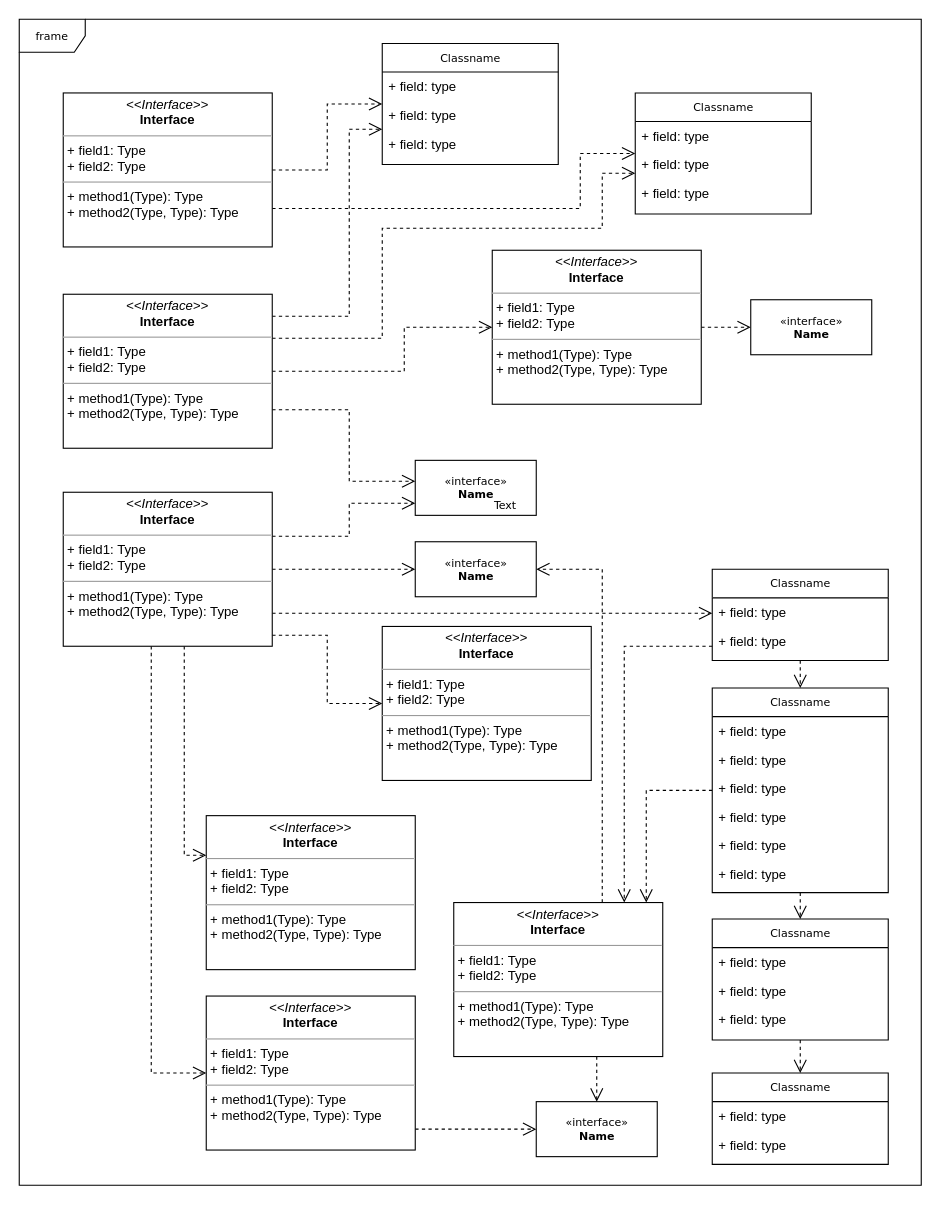
Above: 投顾尽调管理.drawio in shlei512/fundSys (draw.io), before the change. Source tidied: cells renumbered, new cells numbered last; positions are measured from the earlier drawing's top-left corner, leaving out a move shared by most shapes. Both pictures are drawn from the tidied source at 110%, with x=0, y=0 at pixel (19, 19).
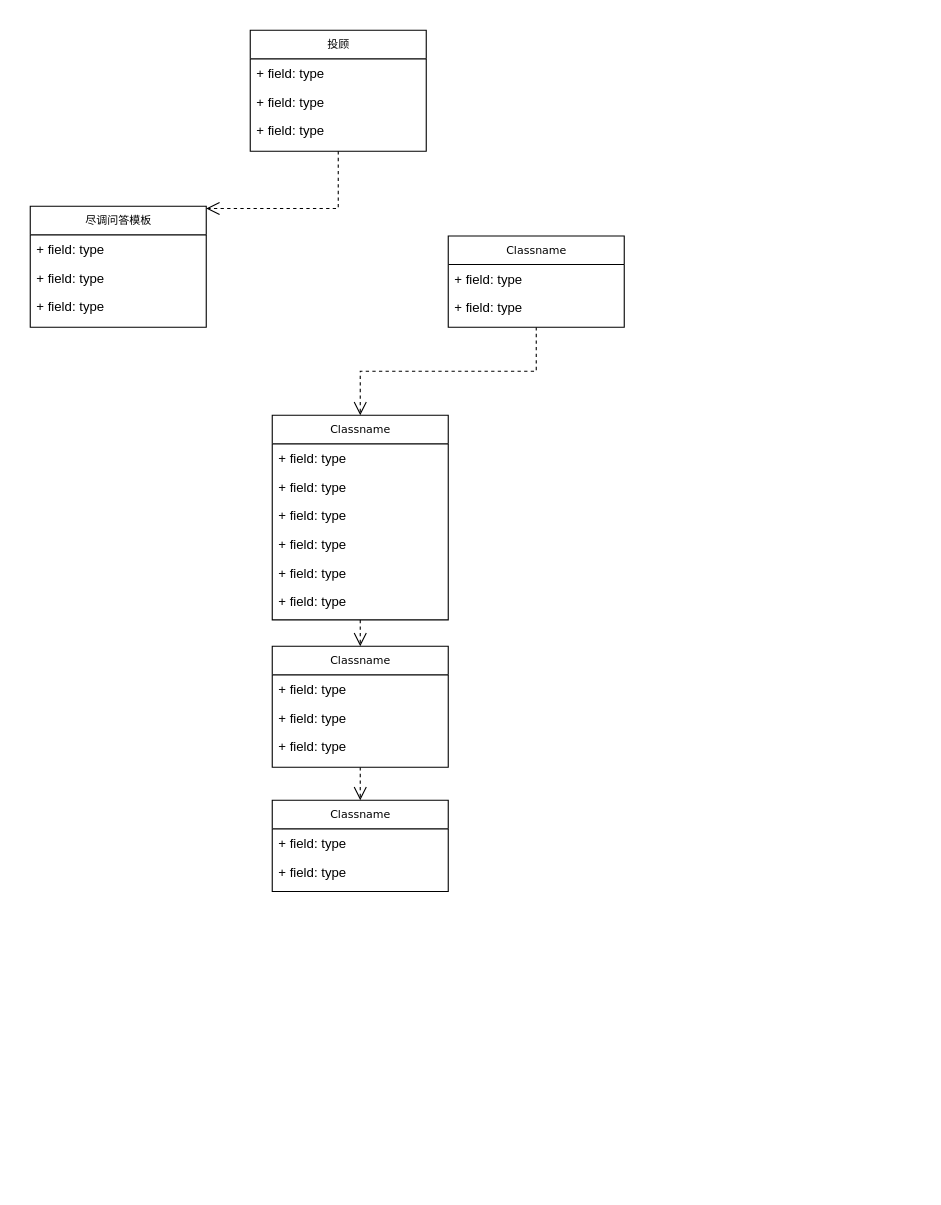
After the change.

Commit message (it also covers changes not shown here):
更新投顾尽调管理.drawio

Change to the diagram source:
```diff
@@
-    <mxCell id="2" value="frame" style="shape=umlFrame;whiteSpace=wrap;html=1;rounded=0;shadow=0;comic=0;labelBackgroundColor=none;strokeWidth=1;fontFamily=Verdana;fontSize=10;align=center;" parent="1" vertex="1">
-      <mxGeometry width="820" height="1060" as="geometry" />
-    </mxCell>
-    <mxCell id="3" style="edgeStyle=orthogonalEdgeStyle;rounded=0;html=1;dashed=1;labelBackgroundColor=none;startFill=0;endArrow=open;endFill=0;endSize=10;fontFamily=Verdana;fontSize=10;" parent="1" edge="1" source="5" target="35">
-      <mxGeometry relative="1" as="geometry">
-        <Array as="points">
-          <mxPoint x="570" y="701" />
-        </Array>
-      </mxGeometry>
-    </mxCell>
@@
     <mxCell id="5" value="Classname" style="swimlane;html=1;fontStyle=0;horizontal=1;startSize=26;fillColor=none;swimlaneFillColor=#ffffff;rounded=0;shadow=0;comic=0;labelBackgroundColor=none;strokeWidth=1;fontFamily=Verdana;fontSize=10;align=center;" parent="1" vertex="1">
-      <mxGeometry x="630" y="608" width="160" height="186" as="geometry" />
+      <mxGeometry x="230" y="360" width="160" height="186" as="geometry" />
     </mxCell>
@@
-    <mxCell id="12" value="Classname" style="swimlane;html=1;fontStyle=0;horizontal=1;startSize=26;fillColor=none;swimlaneFillColor=#ffffff;rounded=0;shadow=0;comic=0;labelBackgroundColor=none;strokeWidth=1;fontFamily=Verdana;fontSize=10;align=center;" parent="1" vertex="1">
-      <mxGeometry x="330" y="22" width="160" height="110" as="geometry" />
+    <mxCell id="12" value="投顾" style="swimlane;html=1;fontStyle=0;horizontal=1;startSize=26;fillColor=none;swimlaneFillColor=#ffffff;rounded=0;shadow=0;comic=0;labelBackgroundColor=none;strokeWidth=1;fontFamily=Verdana;fontSize=10;align=center;" parent="1" vertex="1">
+      <mxGeometry x="210" y="10" width="160" height="110" as="geometry" />
     </mxCell>
@@
-    <mxCell id="16" value="Classname" style="swimlane;html=1;fontStyle=0;horizontal=1;startSize=26;fillColor=none;swimlaneFillColor=#ffffff;rounded=0;shadow=0;comic=0;labelBackgroundColor=none;strokeWidth=1;fontFamily=Verdana;fontSize=10;align=center;" parent="1" vertex="1">
-      <mxGeometry x="560" y="67" width="160" height="110" as="geometry" />
+    <mxCell id="16" value="尽调问答模板" style="swimlane;html=1;fontStyle=0;horizontal=1;startSize=26;fillColor=none;swimlaneFillColor=#ffffff;rounded=0;shadow=0;comic=0;labelBackgroundColor=none;strokeWidth=1;fontFamily=Verdana;fontSize=10;align=center;" parent="1" vertex="1">
+      <mxGeometry x="10" y="170" width="160" height="110" as="geometry" />
     </mxCell>
@@
     <mxCell id="20" value="Classname" style="swimlane;html=1;fontStyle=0;horizontal=1;startSize=26;fillColor=none;swimlaneFillColor=#ffffff;rounded=0;shadow=0;comic=0;labelBackgroundColor=none;strokeWidth=1;fontFamily=Verdana;fontSize=10;align=center;" parent="1" vertex="1">
-      <mxGeometry x="630" y="958" width="160" height="83" as="geometry" />
+      <mxGeometry x="230" y="710" width="160" height="83" as="geometry" />
     </mxCell>
@@
     <mxCell id="24" value="Classname" style="swimlane;html=1;fontStyle=0;horizontal=1;startSize=26;fillColor=none;swimlaneFillColor=#ffffff;rounded=0;shadow=0;comic=0;labelBackgroundColor=none;strokeWidth=1;fontFamily=Verdana;fontSize=10;align=center;" parent="1" vertex="1">
-      <mxGeometry x="630" y="818" width="160" height="110" as="geometry" />
+      <mxGeometry x="230" y="570" width="160" height="110" as="geometry" />
     </mxCell>
@@
     <mxCell id="29" value="Classname" style="swimlane;html=1;fontStyle=0;horizontal=1;startSize=26;fillColor=none;swimlaneFillColor=#ffffff;rounded=0;shadow=0;comic=0;labelBackgroundColor=none;strokeWidth=1;fontFamily=Verdana;fontSize=10;align=center;" parent="1" vertex="1">
-      <mxGeometry x="630" y="500" width="160" height="83" as="geometry" />
+      <mxGeometry x="390" y="197" width="160" height="83" as="geometry" />
     </mxCell>
@@
-    <mxCell id="32" value="&amp;laquo;interface&amp;raquo;&lt;br&gt;&lt;b&gt;Name&lt;/b&gt;" style="html=1;rounded=0;shadow=0;comic=0;labelBackgroundColor=none;strokeWidth=1;fontFamily=Verdana;fontSize=10;align=center;" parent="1" vertex="1">
-      <mxGeometry x="470" y="984" width="110" height="50" as="geometry" />
-    </mxCell>
-    <mxCell id="33" style="edgeStyle=orthogonalEdgeStyle;rounded=0;html=1;dashed=1;labelBackgroundColor=none;startFill=0;endArrow=open;endFill=0;endSize=10;fontFamily=Verdana;fontSize=10;" parent="1" edge="1" source="35" target="32">
-      <mxGeometry relative="1" as="geometry">
-        <Array as="points">
-          <mxPoint x="525" y="950" />
-          <mxPoint x="525" y="950" />
-        </Array>
-      </mxGeometry>
-    </mxCell>
-    <mxCell id="34" style="edgeStyle=orthogonalEdgeStyle;rounded=0;html=1;dashed=1;labelBackgroundColor=none;startFill=0;endArrow=open;endFill=0;endSize=10;fontFamily=Verdana;fontSize=10;" parent="1" edge="1" source="35" target="40">
-      <mxGeometry relative="1" as="geometry">
-        <Array as="points">
-          <mxPoint x="530" y="500" />
-        </Array>
-      </mxGeometry>
-    </mxCell>
-    <mxCell id="35" value="&lt;p style=&quot;margin:0px;margin-top:4px;text-align:center;&quot;&gt;&lt;i&gt;&amp;lt;&amp;lt;Interface&amp;gt;&amp;gt;&lt;/i&gt;&lt;br/&gt;&lt;b&gt;Interface&lt;/b&gt;&lt;/p&gt;&lt;hr size=&quot;1&quot;/&gt;&lt;p style=&quot;margin:0px;margin-left:4px;&quot;&gt;+ field1: Type&lt;br/&gt;+ field2: Type&lt;/p&gt;&lt;hr size=&quot;1&quot;/&gt;&lt;p style=&quot;margin:0px;margin-left:4px;&quot;&gt;+ method1(Type): Type&lt;br/&gt;+ method2(Type, Type): Type&lt;/p&gt;" style="verticalAlign=top;align=left;overflow=fill;fontSize=12;fontFamily=Helvetica;html=1;rounded=0;shadow=0;comic=0;labelBackgroundColor=none;strokeWidth=1;" parent="1" vertex="1">
-      <mxGeometry x="395" y="803" width="190" height="140" as="geometry" />
-    </mxCell>
-    <mxCell id="36" value="&lt;p style=&quot;margin:0px;margin-top:4px;text-align:center;&quot;&gt;&lt;i&gt;&amp;lt;&amp;lt;Interface&amp;gt;&amp;gt;&lt;/i&gt;&lt;br/&gt;&lt;b&gt;Interface&lt;/b&gt;&lt;/p&gt;&lt;hr size=&quot;1&quot;/&gt;&lt;p style=&quot;margin:0px;margin-left:4px;&quot;&gt;+ field1: Type&lt;br/&gt;+ field2: Type&lt;/p&gt;&lt;hr size=&quot;1&quot;/&gt;&lt;p style=&quot;margin:0px;margin-left:4px;&quot;&gt;+ method1(Type): Type&lt;br/&gt;+ method2(Type, Type): Type&lt;/p&gt;" style="verticalAlign=top;align=left;overflow=fill;fontSize=12;fontFamily=Helvetica;html=1;rounded=0;shadow=0;comic=0;labelBackgroundColor=none;strokeWidth=1;" parent="1" vertex="1">
-      <mxGeometry x="330" y="552" width="190" height="140" as="geometry" />
-    </mxCell>
-    <mxCell id="37" style="edgeStyle=orthogonalEdgeStyle;rounded=0;html=1;dashed=1;labelBackgroundColor=none;startFill=0;endArrow=open;endFill=0;endSize=10;fontFamily=Verdana;fontSize=10;" parent="1" edge="1" source="38" target="32">
-      <mxGeometry relative="1" as="geometry">
-        <Array as="points">
-          <mxPoint x="390" y="1009" />
-          <mxPoint x="390" y="1009" />
-        </Array>
-      </mxGeometry>
-    </mxCell>
-    <mxCell id="38" value="&lt;p style=&quot;margin:0px;margin-top:4px;text-align:center;&quot;&gt;&lt;i&gt;&amp;lt;&amp;lt;Interface&amp;gt;&amp;gt;&lt;/i&gt;&lt;br/&gt;&lt;b&gt;Interface&lt;/b&gt;&lt;/p&gt;&lt;hr size=&quot;1&quot;/&gt;&lt;p style=&quot;margin:0px;margin-left:4px;&quot;&gt;+ field1: Type&lt;br/&gt;+ field2: Type&lt;/p&gt;&lt;hr size=&quot;1&quot;/&gt;&lt;p style=&quot;margin:0px;margin-left:4px;&quot;&gt;+ method1(Type): Type&lt;br/&gt;+ method2(Type, Type): Type&lt;/p&gt;" style="verticalAlign=top;align=left;overflow=fill;fontSize=12;fontFamily=Helvetica;html=1;rounded=0;shadow=0;comic=0;labelBackgroundColor=none;strokeWidth=1;" parent="1" vertex="1">
-      <mxGeometry x="170" y="888" width="190" height="140" as="geometry" />
-    </mxCell>
-    <mxCell id="39" value="&lt;p style=&quot;margin:0px;margin-top:4px;text-align:center;&quot;&gt;&lt;i&gt;&amp;lt;&amp;lt;Interface&amp;gt;&amp;gt;&lt;/i&gt;&lt;br/&gt;&lt;b&gt;Interface&lt;/b&gt;&lt;/p&gt;&lt;hr size=&quot;1&quot;/&gt;&lt;p style=&quot;margin:0px;margin-left:4px;&quot;&gt;+ field1: Type&lt;br/&gt;+ field2: Type&lt;/p&gt;&lt;hr size=&quot;1&quot;/&gt;&lt;p style=&quot;margin:0px;margin-left:4px;&quot;&gt;+ method1(Type): Type&lt;br/&gt;+ method2(Type, Type): Type&lt;/p&gt;" style="verticalAlign=top;align=left;overflow=fill;fontSize=12;fontFamily=Helvetica;html=1;rounded=0;shadow=0;comic=0;labelBackgroundColor=none;strokeWidth=1;" parent="1" vertex="1">
-      <mxGeometry x="170" y="724" width="190" height="140" as="geometry" />
-    </mxCell>
-    <mxCell id="40" value="&amp;laquo;interface&amp;raquo;&lt;br&gt;&lt;b&gt;Name&lt;/b&gt;" style="html=1;rounded=0;shadow=0;comic=0;labelBackgroundColor=none;strokeWidth=1;fontFamily=Verdana;fontSize=10;align=center;" parent="1" vertex="1">
-      <mxGeometry x="360" y="475" width="110" height="50" as="geometry" />
-    </mxCell>
-    <mxCell id="41" value="&amp;laquo;interface&amp;raquo;&lt;br&gt;&lt;b&gt;Name&lt;/b&gt;" style="html=1;rounded=0;shadow=0;comic=0;labelBackgroundColor=none;strokeWidth=1;fontFamily=Verdana;fontSize=10;align=center;" parent="1" vertex="1">
-      <mxGeometry x="360" y="401" width="110" height="50" as="geometry" />
-    </mxCell>
-    <mxCell id="42" style="edgeStyle=orthogonalEdgeStyle;rounded=0;html=1;dashed=1;labelBackgroundColor=none;startFill=0;endArrow=open;endFill=0;endSize=10;fontFamily=Verdana;fontSize=10;" parent="1" edge="1" source="43" target="45">
-      <mxGeometry relative="1" as="geometry" />
-    </mxCell>
-    <mxCell id="43" value="&lt;p style=&quot;margin:0px;margin-top:4px;text-align:center;&quot;&gt;&lt;i&gt;&amp;lt;&amp;lt;Interface&amp;gt;&amp;gt;&lt;/i&gt;&lt;br/&gt;&lt;b&gt;Interface&lt;/b&gt;&lt;/p&gt;&lt;hr size=&quot;1&quot;/&gt;&lt;p style=&quot;margin:0px;margin-left:4px;&quot;&gt;+ field1: Type&lt;br/&gt;+ field2: Type&lt;/p&gt;&lt;hr size=&quot;1&quot;/&gt;&lt;p style=&quot;margin:0px;margin-left:4px;&quot;&gt;+ method1(Type): Type&lt;br/&gt;+ method2(Type, Type): Type&lt;/p&gt;" style="verticalAlign=top;align=left;overflow=fill;fontSize=12;fontFamily=Helvetica;html=1;rounded=0;shadow=0;comic=0;labelBackgroundColor=none;strokeWidth=1;" parent="1" vertex="1">
-      <mxGeometry x="430" y="210" width="190" height="140" as="geometry" />
-    </mxCell>
-    <mxCell id="44" value="Text" style="text;html=1;align=left;verticalAlign=top;spacingTop=-4;fontSize=10;fontFamily=Verdana;fontColor=#000000;" parent="1" vertex="1">
-      <mxGeometry x="430" y="434" width="40" height="10" as="geometry" />
-    </mxCell>
-    <mxCell id="45" value="&amp;laquo;interface&amp;raquo;&lt;br&gt;&lt;b&gt;Name&lt;/b&gt;" style="html=1;rounded=0;shadow=0;comic=0;labelBackgroundColor=none;strokeWidth=1;fontFamily=Verdana;fontSize=10;align=center;" parent="1" vertex="1">
-      <mxGeometry x="665" y="255" width="110" height="50" as="geometry" />
-    </mxCell>
-    <mxCell id="46" style="edgeStyle=orthogonalEdgeStyle;rounded=0;html=1;labelBackgroundColor=none;startFill=0;endArrow=open;endFill=0;endSize=10;fontFamily=Verdana;fontSize=10;dashed=1;" parent="1" edge="1" source="48" target="12">
-      <mxGeometry relative="1" as="geometry" />
-    </mxCell>
-    <mxCell id="47" style="edgeStyle=orthogonalEdgeStyle;rounded=0;html=1;exitX=1;exitY=0.75;dashed=1;labelBackgroundColor=none;startFill=0;endArrow=open;endFill=0;endSize=10;fontFamily=Verdana;fontSize=10;" parent="1" edge="1" source="48" target="16">
+    <mxCell id="47" style="edgeStyle=orthogonalEdgeStyle;rounded=0;html=1;exitX=0.5;exitY=1;dashed=1;labelBackgroundColor=none;startFill=0;endArrow=open;endFill=0;endSize=10;fontFamily=Verdana;fontSize=10;exitDx=0;exitDy=0;" parent="1" edge="1" source="12" target="16">
       <mxGeometry relative="1" as="geometry">
         <Array as="points">
-          <mxPoint x="510" y="172" />
-          <mxPoint x="510" y="122" />
+          <mxPoint x="290" y="172" />
         </Array>
       </mxGeometry>
     </mxCell>
-    <mxCell id="48" value="&lt;p style=&quot;margin:0px;margin-top:4px;text-align:center;&quot;&gt;&lt;i&gt;&amp;lt;&amp;lt;Interface&amp;gt;&amp;gt;&lt;/i&gt;&lt;br/&gt;&lt;b&gt;Interface&lt;/b&gt;&lt;/p&gt;&lt;hr size=&quot;1&quot;/&gt;&lt;p style=&quot;margin:0px;margin-left:4px;&quot;&gt;+ field1: Type&lt;br/&gt;+ field2: Type&lt;/p&gt;&lt;hr size=&quot;1&quot;/&gt;&lt;p style=&quot;margin:0px;margin-left:4px;&quot;&gt;+ method1(Type): Type&lt;br/&gt;+ method2(Type, Type): Type&lt;/p&gt;" style="verticalAlign=top;align=left;overflow=fill;fontSize=12;fontFamily=Helvetica;html=1;rounded=0;shadow=0;comic=0;labelBackgroundColor=none;strokeWidth=1;" parent="1" vertex="1">
-      <mxGeometry x="40" y="67" width="190" height="140" as="geometry" />
-    </mxCell>
-    <mxCell id="49" style="edgeStyle=orthogonalEdgeStyle;rounded=0;html=1;dashed=1;labelBackgroundColor=none;startFill=0;endArrow=open;endFill=0;endSize=10;fontFamily=Verdana;fontSize=10;" parent="1" edge="1" source="53" target="12">
-      <mxGeometry relative="1" as="geometry">
-        <Array as="points">
-          <mxPoint x="300" y="270" />
-          <mxPoint x="300" y="100" />
-        </Array>
-      </mxGeometry>
-    </mxCell>
-    <mxCell id="50" style="edgeStyle=orthogonalEdgeStyle;rounded=0;html=1;dashed=1;labelBackgroundColor=none;startFill=0;endArrow=open;endFill=0;endSize=10;fontFamily=Verdana;fontSize=10;" parent="1" edge="1" source="53" target="16">
-      <mxGeometry relative="1" as="geometry">
-        <Array as="points">
-          <mxPoint x="330" y="290" />
-          <mxPoint x="330" y="190" />
-          <mxPoint x="530" y="190" />
-          <mxPoint x="530" y="140" />
-        </Array>
-      </mxGeometry>
-    </mxCell>
-    <mxCell id="51" style="edgeStyle=orthogonalEdgeStyle;rounded=0;html=1;dashed=1;labelBackgroundColor=none;startFill=0;endArrow=open;endFill=0;endSize=10;fontFamily=Verdana;fontSize=10;" parent="1" edge="1" source="53" target="43">
-      <mxGeometry relative="1" as="geometry">
-        <Array as="points">
-          <mxPoint x="350" y="320" />
-          <mxPoint x="350" y="280" />
-        </Array>
-      </mxGeometry>
-    </mxCell>
-    <mxCell id="52" style="edgeStyle=orthogonalEdgeStyle;rounded=0;html=1;exitX=1;exitY=0.75;dashed=1;labelBackgroundColor=none;startFill=0;endArrow=open;endFill=0;endSize=10;fontFamily=Verdana;fontSize=10;" parent="1" edge="1" source="53" target="41">
-      <mxGeometry relative="1" as="geometry">
-        <Array as="points">
-          <mxPoint x="300" y="355" />
-          <mxPoint x="300" y="420" />
-        </Array>
-      </mxGeometry>
-    </mxCell>
-    <mxCell id="53" value="&lt;p style=&quot;margin:0px;margin-top:4px;text-align:center;&quot;&gt;&lt;i&gt;&amp;lt;&amp;lt;Interface&amp;gt;&amp;gt;&lt;/i&gt;&lt;br/&gt;&lt;b&gt;Interface&lt;/b&gt;&lt;/p&gt;&lt;hr size=&quot;1&quot;/&gt;&lt;p style=&quot;margin:0px;margin-left:4px;&quot;&gt;+ field1: Type&lt;br/&gt;+ field2: Type&lt;/p&gt;&lt;hr size=&quot;1&quot;/&gt;&lt;p style=&quot;margin:0px;margin-left:4px;&quot;&gt;+ method1(Type): Type&lt;br/&gt;+ method2(Type, Type): Type&lt;/p&gt;" style="verticalAlign=top;align=left;overflow=fill;fontSize=12;fontFamily=Helvetica;html=1;rounded=0;shadow=0;comic=0;labelBackgroundColor=none;strokeWidth=1;" parent="1" vertex="1">
-      <mxGeometry x="40" y="250" width="190" height="140" as="geometry" />
-    </mxCell>
-    <mxCell id="54" style="edgeStyle=orthogonalEdgeStyle;rounded=0;html=1;dashed=1;labelBackgroundColor=none;startFill=0;endArrow=open;endFill=0;endSize=10;fontFamily=Verdana;fontSize=10;" parent="1" edge="1" source="60" target="41">
-      <mxGeometry relative="1" as="geometry">
-        <Array as="points">
-          <mxPoint x="300" y="470" />
-          <mxPoint x="300" y="440" />
-        </Array>
-      </mxGeometry>
-    </mxCell>
-    <mxCell id="55" style="edgeStyle=orthogonalEdgeStyle;rounded=0;html=1;dashed=1;labelBackgroundColor=none;startFill=0;endArrow=open;endFill=0;endSize=10;fontFamily=Verdana;fontSize=10;" parent="1" edge="1" source="60" target="40">
-      <mxGeometry relative="1" as="geometry" />
-    </mxCell>
-    <mxCell id="56" style="edgeStyle=orthogonalEdgeStyle;rounded=0;html=1;dashed=1;labelBackgroundColor=none;startFill=0;endArrow=open;endFill=0;endSize=10;fontFamily=Verdana;fontSize=10;" parent="1" edge="1" source="60" target="36">
-      <mxGeometry relative="1" as="geometry">
-        <Array as="points">
-          <mxPoint x="280" y="560" />
-          <mxPoint x="280" y="622" />
-        </Array>
-      </mxGeometry>
-    </mxCell>
-    <mxCell id="57" style="edgeStyle=orthogonalEdgeStyle;rounded=0;html=1;dashed=1;labelBackgroundColor=none;startFill=0;endArrow=open;endFill=0;endSize=10;fontFamily=Verdana;fontSize=10;" parent="1" edge="1" source="60" target="29">
-      <mxGeometry relative="1" as="geometry">
-        <Array as="points">
-          <mxPoint x="330" y="540" />
-          <mxPoint x="330" y="540" />
-        </Array>
-      </mxGeometry>
-    </mxCell>
-    <mxCell id="58" style="edgeStyle=orthogonalEdgeStyle;rounded=0;html=1;dashed=1;labelBackgroundColor=none;startFill=0;endArrow=open;endFill=0;endSize=10;fontFamily=Verdana;fontSize=10;" parent="1" edge="1" source="60" target="39">
-      <mxGeometry relative="1" as="geometry">
-        <Array as="points">
-          <mxPoint x="150" y="760" />
-        </Array>
-      </mxGeometry>
-    </mxCell>
-    <mxCell id="59" style="edgeStyle=orthogonalEdgeStyle;rounded=0;html=1;dashed=1;labelBackgroundColor=none;startFill=0;endArrow=open;endFill=0;endSize=10;fontFamily=Verdana;fontSize=10;" parent="1" edge="1" source="60" target="38">
-      <mxGeometry relative="1" as="geometry">
-        <Array as="points">
-          <mxPoint x="120" y="958" />
-        </Array>
-      </mxGeometry>
-    </mxCell>
-    <mxCell id="60" value="&lt;p style=&quot;margin:0px;margin-top:4px;text-align:center;&quot;&gt;&lt;i&gt;&amp;lt;&amp;lt;Interface&amp;gt;&amp;gt;&lt;/i&gt;&lt;br/&gt;&lt;b&gt;Interface&lt;/b&gt;&lt;/p&gt;&lt;hr size=&quot;1&quot;/&gt;&lt;p style=&quot;margin:0px;margin-left:4px;&quot;&gt;+ field1: Type&lt;br/&gt;+ field2: Type&lt;/p&gt;&lt;hr size=&quot;1&quot;/&gt;&lt;p style=&quot;margin:0px;margin-left:4px;&quot;&gt;+ method1(Type): Type&lt;br/&gt;+ method2(Type, Type): Type&lt;/p&gt;" style="verticalAlign=top;align=left;overflow=fill;fontSize=12;fontFamily=Helvetica;html=1;rounded=0;shadow=0;comic=0;labelBackgroundColor=none;strokeWidth=1;" parent="1" vertex="1">
-      <mxGeometry x="40" y="430" width="190" height="140" as="geometry" />
-    </mxCell>
-    <mxCell id="61" style="edgeStyle=orthogonalEdgeStyle;rounded=0;html=1;dashed=1;labelBackgroundColor=none;startFill=0;endArrow=open;endFill=0;endSize=10;fontFamily=Verdana;fontSize=10;" parent="1" edge="1" source="29" target="35">
-      <mxGeometry relative="1" as="geometry">
-        <Array as="points">
-          <mxPoint x="550" y="570" />
-        </Array>
-      </mxGeometry>
-    </mxCell>
```
